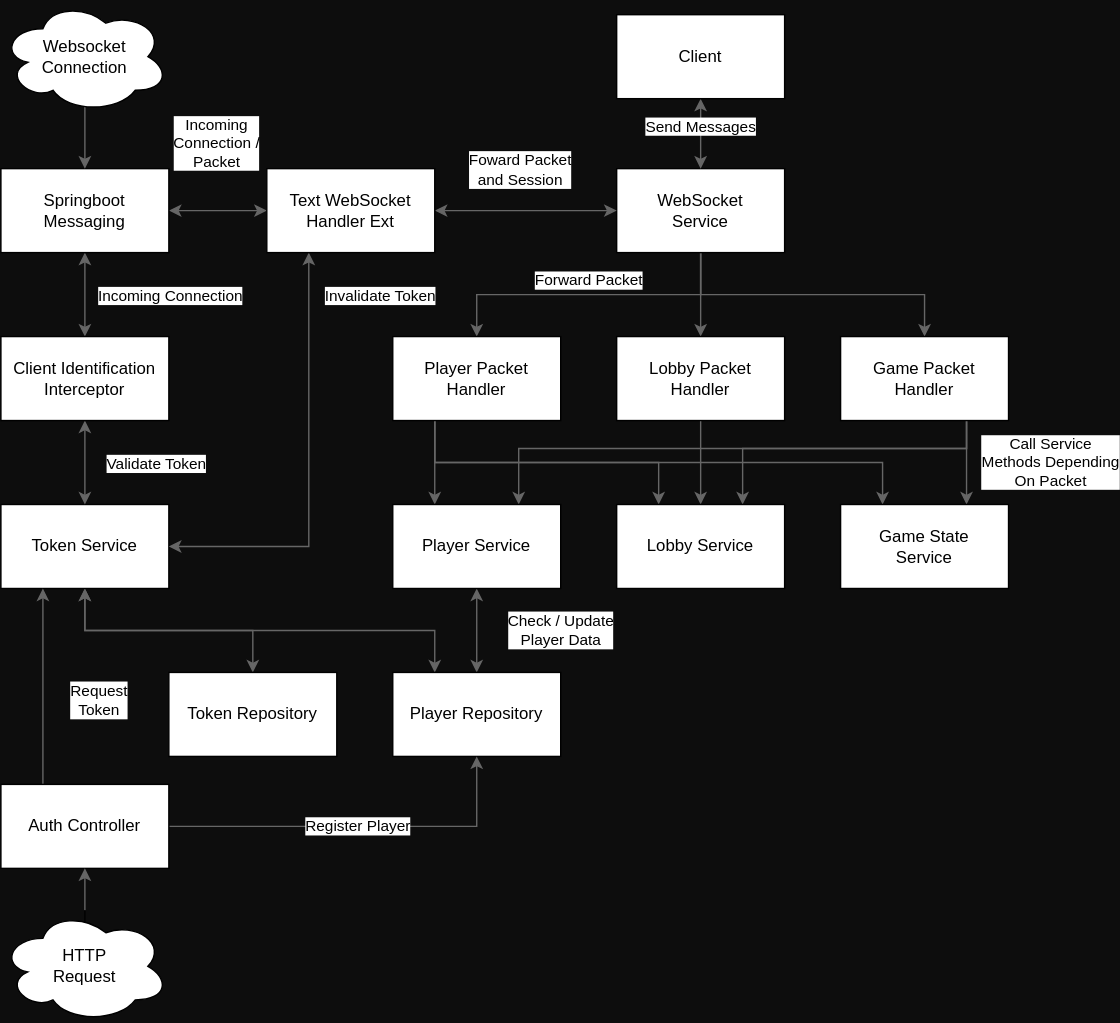
Above: documentation/Writerside/img/server/server-packet-handling.drawio.svg in B-Team-Organisation/Fantasy-Chess (draw.io), before the change. Source tidied: cells renumbered, new cells last; positions are measured from the earlier drawing's top-left corner, leaving out a move shared by most shapes. Source of this version:
```xml
<mxGraphModel background="#0D0D0D">
  <root>
    <mxCell id="0" />
    <mxCell id="1" parent="0" />
    <mxCell id="2" style="edgeStyle=none;html=1;startArrow=classic;startFill=1;fillColor=#f5f5f5;strokeColor=#666666;" parent="1" edge="1" source="5" target="29">
      <mxGeometry relative="1" as="geometry" />
    </mxCell>
    <mxCell id="3" value="Incoming Connection" style="edgeLabel;html=1;align=center;verticalAlign=middle;" parent="2" vertex="1">
      <mxGeometry x="-0.46" y="-1" relative="1" as="geometry">
        <mxPoint x="61" y="14" as="offset" />
      </mxGeometry>
    </mxCell>
    <mxCell id="4" style="edgeStyle=none;rounded=0;html=1;exitX=1;exitY=0.5;exitDx=0;exitDy=0;startArrow=classic;startFill=1;fillColor=#f5f5f5;strokeColor=#666666;" parent="1" edge="1" source="5" target="34">
      <mxGeometry relative="1" as="geometry" />
    </mxCell>
    <mxCell id="5" value="Springboot&lt;br&gt;Messaging" style="rounded=0;whiteSpace=wrap;html=1;" parent="1" vertex="1">
      <mxGeometry y="120" width="120" height="60" as="geometry" />
    </mxCell>
    <mxCell id="6" value="Forward Packet" style="edgeStyle=none;rounded=0;html=1;exitX=0.5;exitY=1;exitDx=0;exitDy=0;startArrow=none;startFill=0;fillColor=#f5f5f5;strokeColor=#666666;" parent="1" edge="1" source="9" target="13">
      <mxGeometry y="-10" relative="1" as="geometry">
        <Array as="points">
          <mxPoint x="500" y="210" />
          <mxPoint x="340" y="210" />
        </Array>
      </mxGeometry>
    </mxCell>
    <mxCell id="7" style="edgeStyle=none;rounded=0;html=1;startArrow=none;startFill=0;fillColor=#f5f5f5;strokeColor=#666666;" parent="1" edge="1" source="9" target="15">
      <mxGeometry relative="1" as="geometry">
        <Array as="points">
          <mxPoint x="500" y="210" />
        </Array>
      </mxGeometry>
    </mxCell>
    <mxCell id="8" style="edgeStyle=none;rounded=0;html=1;startArrow=none;startFill=0;fillColor=#f5f5f5;strokeColor=#666666;" parent="1" edge="1" source="9" target="19">
      <mxGeometry relative="1" as="geometry">
        <Array as="points">
          <mxPoint x="500" y="210" />
          <mxPoint x="660" y="210" />
        </Array>
      </mxGeometry>
    </mxCell>
    <mxCell id="9" value="WebSocket&lt;br&gt;Service" style="rounded=0;whiteSpace=wrap;html=1;" parent="1" vertex="1">
      <mxGeometry x="440" y="120" width="120" height="60" as="geometry" />
    </mxCell>
    <mxCell id="10" style="edgeStyle=none;rounded=0;html=1;startArrow=none;startFill=0;exitX=0.25;exitY=1;exitDx=0;exitDy=0;entryX=0.25;entryY=0;entryDx=0;entryDy=0;strokeColor=#666666;fillColor=#f5f5f5;" parent="1" edge="1" source="13" target="22">
      <mxGeometry relative="1" as="geometry" />
    </mxCell>
    <mxCell id="11" style="edgeStyle=none;rounded=0;html=1;startArrow=none;startFill=0;entryX=0.25;entryY=0;entryDx=0;entryDy=0;exitX=0.25;exitY=1;exitDx=0;exitDy=0;strokeColor=#666666;fillColor=#f5f5f5;" parent="1" edge="1" source="13" target="20">
      <mxGeometry relative="1" as="geometry">
        <Array as="points">
          <mxPoint x="310" y="330" />
          <mxPoint x="470" y="330" />
        </Array>
      </mxGeometry>
    </mxCell>
    <mxCell id="12" style="edgeStyle=none;rounded=0;html=1;entryX=0.25;entryY=0;entryDx=0;entryDy=0;startArrow=none;startFill=0;exitX=0.25;exitY=1;exitDx=0;exitDy=0;fillColor=#f5f5f5;strokeColor=#666666;" parent="1" edge="1" source="13" target="23">
      <mxGeometry relative="1" as="geometry">
        <Array as="points">
          <mxPoint x="310" y="330" />
          <mxPoint x="630" y="330" />
        </Array>
      </mxGeometry>
    </mxCell>
    <mxCell id="13" value="Player Packet Handler" style="rounded=0;whiteSpace=wrap;html=1;" parent="1" vertex="1">
      <mxGeometry x="280" y="240" width="120" height="60" as="geometry" />
    </mxCell>
    <mxCell id="14" style="edgeStyle=none;rounded=0;html=1;startArrow=none;startFill=0;fillColor=#f5f5f5;strokeColor=#666666;" parent="1" edge="1" source="15" target="20">
      <mxGeometry relative="1" as="geometry" />
    </mxCell>
    <mxCell id="15" value="Lobby Packet Handler" style="rounded=0;whiteSpace=wrap;html=1;" parent="1" vertex="1">
      <mxGeometry x="440" y="240" width="120" height="60" as="geometry" />
    </mxCell>
    <mxCell id="16" style="edgeStyle=none;rounded=0;html=1;startArrow=none;startFill=0;entryX=0.75;entryY=0;entryDx=0;entryDy=0;exitX=0.75;exitY=1;exitDx=0;exitDy=0;fillColor=#f5f5f5;strokeColor=#666666;" parent="1" edge="1" source="19" target="23">
      <mxGeometry relative="1" as="geometry" />
    </mxCell>
    <mxCell id="17" style="edgeStyle=none;rounded=0;html=1;exitX=0.75;exitY=1;exitDx=0;exitDy=0;entryX=0.75;entryY=0;entryDx=0;entryDy=0;startArrow=none;startFill=0;fillColor=#f5f5f5;strokeColor=#666666;" parent="1" edge="1" source="19" target="20">
      <mxGeometry relative="1" as="geometry">
        <Array as="points">
          <mxPoint x="690" y="320" />
          <mxPoint x="530" y="320" />
        </Array>
      </mxGeometry>
    </mxCell>
    <mxCell id="18" value="Call Service&lt;br&gt;Methods Depending&lt;br&gt;On Packet" style="edgeStyle=none;rounded=0;html=1;exitX=0.75;exitY=1;exitDx=0;exitDy=0;entryX=0.75;entryY=0;entryDx=0;entryDy=0;startArrow=none;startFill=0;fillColor=#f5f5f5;strokeColor=#666666;" parent="1" edge="1" source="19" target="22">
      <mxGeometry x="-0.89" y="61" relative="1" as="geometry">
        <Array as="points">
          <mxPoint x="690" y="320" />
          <mxPoint x="370" y="320" />
        </Array>
        <mxPoint x="60" y="-51" as="offset" />
      </mxGeometry>
    </mxCell>
    <mxCell id="19" value="Game Packet Handler" style="rounded=0;whiteSpace=wrap;html=1;" parent="1" vertex="1">
      <mxGeometry x="600" y="240" width="120" height="60" as="geometry" />
    </mxCell>
    <mxCell id="20" value="Lobby Service" style="rounded=0;whiteSpace=wrap;html=1;" parent="1" vertex="1">
      <mxGeometry x="440" y="360" width="120" height="60" as="geometry" />
    </mxCell>
    <mxCell id="21" value="Check / Update &lt;br&gt;Player Data" style="edgeStyle=none;rounded=0;html=1;startArrow=classic;startFill=1;fillColor=#f5f5f5;strokeColor=#666666;" parent="1" edge="1" source="22" target="35">
      <mxGeometry y="60" relative="1" as="geometry" />
    </mxCell>
    <mxCell id="22" value="Player Service" style="rounded=0;whiteSpace=wrap;html=1;" parent="1" vertex="1">
      <mxGeometry x="280" y="360" width="120" height="60" as="geometry" />
    </mxCell>
    <mxCell id="23" value="Game State &lt;br&gt;Service" style="rounded=0;whiteSpace=wrap;html=1;" parent="1" vertex="1">
      <mxGeometry x="600" y="360" width="120" height="60" as="geometry" />
    </mxCell>
    <mxCell id="24" style="edgeStyle=none;rounded=0;html=1;startArrow=classic;startFill=1;entryX=0.25;entryY=0;entryDx=0;entryDy=0;fillColor=#f5f5f5;strokeColor=#666666;" parent="1" edge="1" source="26" target="35">
      <mxGeometry relative="1" as="geometry">
        <Array as="points">
          <mxPoint x="60" y="450" />
          <mxPoint x="310" y="450" />
        </Array>
      </mxGeometry>
    </mxCell>
    <mxCell id="25" style="edgeStyle=none;rounded=0;html=1;startArrow=classic;startFill=1;fillColor=#f5f5f5;strokeColor=#666666;" parent="1" edge="1" source="26" target="36">
      <mxGeometry relative="1" as="geometry">
        <Array as="points">
          <mxPoint x="60" y="450" />
          <mxPoint x="180" y="450" />
        </Array>
      </mxGeometry>
    </mxCell>
    <mxCell id="26" value="Token Service" style="rounded=0;whiteSpace=wrap;html=1;" parent="1" vertex="1">
      <mxGeometry y="360" width="120" height="60" as="geometry" />
    </mxCell>
    <mxCell id="27" style="edgeStyle=none;html=1;startArrow=classic;startFill=1;rounded=0;fillColor=#f5f5f5;strokeColor=#666666;" parent="1" edge="1" source="29" target="26">
      <mxGeometry relative="1" as="geometry" />
    </mxCell>
    <mxCell id="28" value="Validate Token" style="edgeLabel;html=1;align=center;verticalAlign=middle;" parent="27" vertex="1">
      <mxGeometry x="-0.39" y="-1" relative="1" as="geometry">
        <mxPoint x="51" y="12" as="offset" />
      </mxGeometry>
    </mxCell>
    <mxCell id="29" value="Client Identification Interceptor" style="rounded=0;whiteSpace=wrap;html=1;" parent="1" vertex="1">
      <mxGeometry y="240" width="120" height="60" as="geometry" />
    </mxCell>
    <mxCell id="30" style="edgeStyle=none;html=1;startArrow=classic;startFill=1;rounded=0;exitX=0.25;exitY=1;exitDx=0;exitDy=0;fillColor=#f5f5f5;strokeColor=#666666;" parent="1" edge="1" source="34" target="26">
      <mxGeometry relative="1" as="geometry">
        <Array as="points">
          <mxPoint x="220" y="390" />
        </Array>
      </mxGeometry>
    </mxCell>
    <mxCell id="31" value="Invalidate Token" style="edgeLabel;html=1;align=center;verticalAlign=middle;" parent="30" vertex="1">
      <mxGeometry x="-0.48" y="-2" relative="1" as="geometry">
        <mxPoint x="52" y="-51" as="offset" />
      </mxGeometry>
    </mxCell>
    <mxCell id="32" style="edgeStyle=none;rounded=0;html=1;startArrow=classic;startFill=1;fillColor=#f5f5f5;strokeColor=#666666;" parent="1" edge="1" source="34" target="9">
      <mxGeometry relative="1" as="geometry" />
    </mxCell>
    <mxCell id="33" value="Foward Packet&lt;br&gt;and Session" style="edgeLabel;html=1;align=center;verticalAlign=middle;" parent="32" vertex="1">
      <mxGeometry x="-0.2" y="2" relative="1" as="geometry">
        <mxPoint x="8" y="-28" as="offset" />
      </mxGeometry>
    </mxCell>
    <mxCell id="34" value="Text WebSocket Handler Ext" style="rounded=0;whiteSpace=wrap;html=1;" parent="1" vertex="1">
      <mxGeometry x="190" y="120" width="120" height="60" as="geometry" />
    </mxCell>
    <mxCell id="35" value="Player Repository" style="rounded=0;whiteSpace=wrap;html=1;" parent="1" vertex="1">
      <mxGeometry x="280" y="480" width="120" height="60" as="geometry" />
    </mxCell>
    <mxCell id="36" value="Token Repository" style="rounded=0;whiteSpace=wrap;html=1;" parent="1" vertex="1">
      <mxGeometry x="120" y="480" width="120" height="60" as="geometry" />
    </mxCell>
    <mxCell id="37" value="Send Messages" style="edgeStyle=none;rounded=0;html=1;startArrow=classic;startFill=1;fillColor=#f5f5f5;strokeColor=#666666;" parent="1" edge="1" source="38">
      <mxGeometry x="-0.2" relative="1" as="geometry">
        <mxPoint x="500" y="120" as="targetPoint" />
      </mxGeometry>
    </mxCell>
    <mxCell id="38" value="Client" style="rounded=0;whiteSpace=wrap;html=1;" parent="1" vertex="1">
      <mxGeometry x="440" y="10" width="120" height="60" as="geometry" />
    </mxCell>
    <mxCell id="39" value="Request&lt;br&gt;Token" style="edgeStyle=none;rounded=0;html=1;entryX=0.25;entryY=1;entryDx=0;entryDy=0;startArrow=none;startFill=0;exitX=0.25;exitY=0;exitDx=0;exitDy=0;fillColor=#f5f5f5;strokeColor=#666666;" parent="1" edge="1" source="41" target="26">
      <mxGeometry x="-0.14" y="-40" relative="1" as="geometry" />
    </mxCell>
    <mxCell id="40" value="Register Player" style="edgeStyle=none;rounded=0;html=1;startArrow=none;startFill=0;fillColor=#f5f5f5;strokeColor=#666666;" parent="1" edge="1" source="41" target="35">
      <mxGeometry relative="1" as="geometry">
        <Array as="points">
          <mxPoint x="340" y="590" />
        </Array>
      </mxGeometry>
    </mxCell>
    <mxCell id="41" value="Auth Controller" style="rounded=0;whiteSpace=wrap;html=1;" parent="1" vertex="1">
      <mxGeometry y="560" width="120" height="60" as="geometry" />
    </mxCell>
    <mxCell id="42" style="endArrow=classic;html=1;rounded=0;entryX=0.5;entryY=0;entryDx=0;entryDy=0;fillColor=#f5f5f5;strokeColor=#666666;" parent="1" edge="1" target="5">
      <mxGeometry relative="1" as="geometry">
        <mxPoint x="60" y="70" as="sourcePoint" />
      </mxGeometry>
    </mxCell>
    <mxCell id="43" value="Websocket&lt;br&gt;Connection" style="ellipse;shape=cloud;whiteSpace=wrap;html=1;" parent="1" vertex="1">
      <mxGeometry width="120" height="80" as="geometry" />
    </mxCell>
    <mxCell id="44" style="endArrow=classic;html=1;rounded=0;startArrow=none;fillColor=#f5f5f5;strokeColor=#666666;" parent="1" edge="1" target="41">
      <mxGeometry relative="1" as="geometry">
        <mxPoint x="60" y="650" as="sourcePoint" />
      </mxGeometry>
    </mxCell>
    <mxCell id="45" style="endArrow=none;html=1;rounded=0;" parent="1" edge="1" target="46">
      <mxGeometry relative="1" as="geometry">
        <mxPoint x="60" y="680" as="sourcePoint" />
      </mxGeometry>
    </mxCell>
    <mxCell id="46" value="HTTP&lt;br&gt;Request" style="ellipse;shape=cloud;whiteSpace=wrap;html=1;" parent="1" vertex="1">
      <mxGeometry y="650" width="120" height="80" as="geometry" />
    </mxCell>
    <mxCell id="47" value="Incoming &lt;br&gt;Connection / &lt;br&gt;Packet" style="edgeLabel;html=1;align=center;verticalAlign=middle;rotation=0;" parent="1" vertex="1">
      <mxGeometry x="110" y="70" as="geometry">
        <mxPoint x="43" y="31" as="offset" />
      </mxGeometry>
    </mxCell>
  </root>
</mxGraphModel>
```
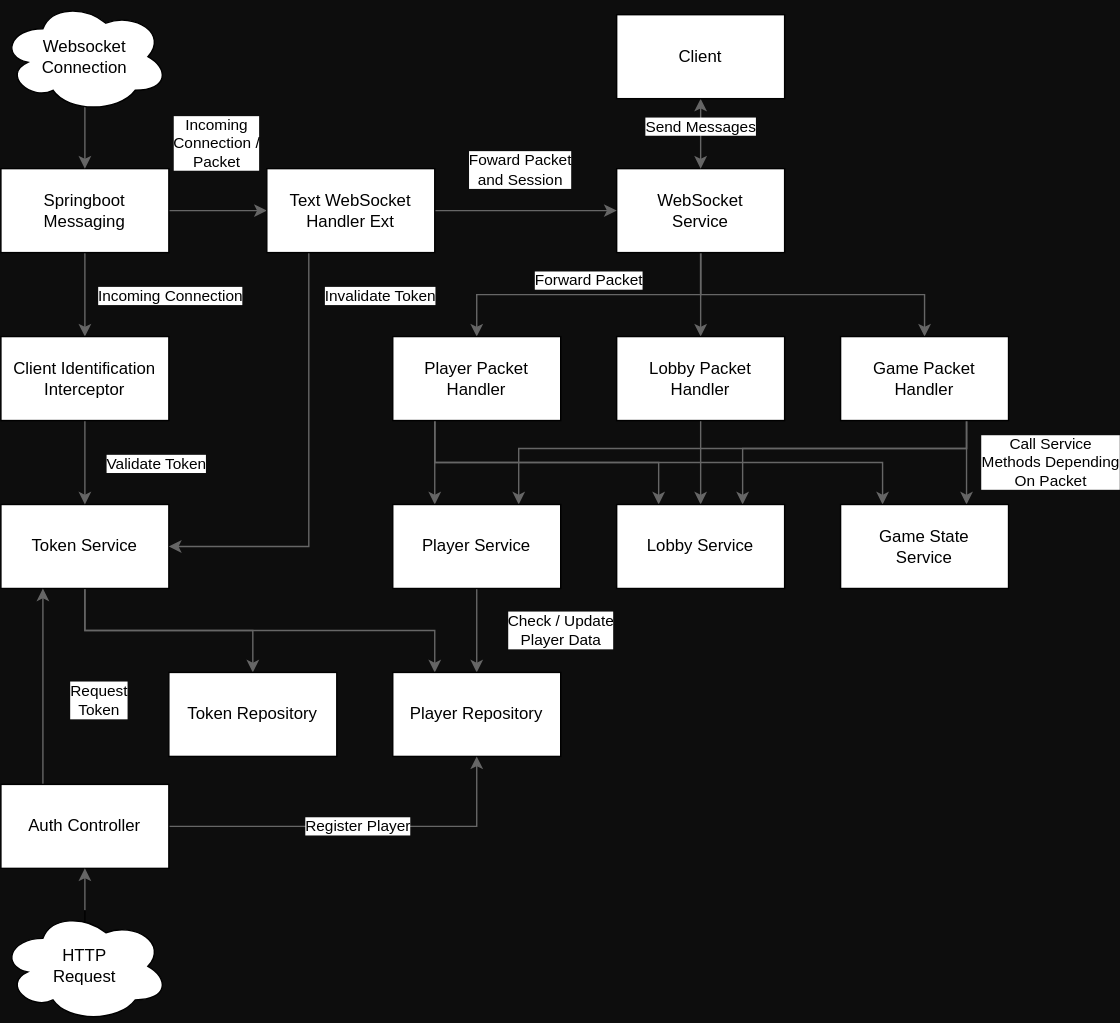
The same diagram one commit later.

Commit message:
[#189] Added Services and further Packet handling

Diff of the diagram source:
```diff
@@ -2,7 +2,7 @@
   <root>
     <mxCell id="0" />
     <mxCell id="1" parent="0" />
-    <mxCell id="2" style="edgeStyle=none;html=1;startArrow=classic;startFill=1;fillColor=#f5f5f5;strokeColor=#666666;" parent="1" edge="1" source="5" target="29">
+    <mxCell id="2" style="edgeStyle=none;html=1;startArrow=none;startFill=0;fillColor=#f5f5f5;strokeColor=#666666;" parent="1" edge="1" source="5" target="29">
       <mxGeometry relative="1" as="geometry" />
     </mxCell>
     <mxCell id="3" value="Incoming Connection" style="edgeLabel;html=1;align=center;verticalAlign=middle;" parent="2" vertex="1">
@@ -10,7 +10,7 @@
         <mxPoint x="61" y="14" as="offset" />
       </mxGeometry>
     </mxCell>
-    <mxCell id="4" style="edgeStyle=none;rounded=0;html=1;exitX=1;exitY=0.5;exitDx=0;exitDy=0;startArrow=classic;startFill=1;fillColor=#f5f5f5;strokeColor=#666666;" parent="1" edge="1" source="5" target="34">
+    <mxCell id="4" style="edgeStyle=none;rounded=0;html=1;exitX=1;exitY=0.5;exitDx=0;exitDy=0;startArrow=none;startFill=0;fillColor=#f5f5f5;strokeColor=#666666;" parent="1" edge="1" source="5" target="34">
       <mxGeometry relative="1" as="geometry" />
     </mxCell>
     <mxCell id="5" value="Springboot&lt;br&gt;Messaging" style="rounded=0;whiteSpace=wrap;html=1;" parent="1" vertex="1">
@@ -96,7 +96,7 @@
     <mxCell id="20" value="Lobby Service" style="rounded=0;whiteSpace=wrap;html=1;" parent="1" vertex="1">
       <mxGeometry x="440" y="360" width="120" height="60" as="geometry" />
     </mxCell>
-    <mxCell id="21" value="Check / Update &lt;br&gt;Player Data" style="edgeStyle=none;rounded=0;html=1;startArrow=classic;startFill=1;fillColor=#f5f5f5;strokeColor=#666666;" parent="1" edge="1" source="22" target="35">
+    <mxCell id="21" value="Check / Update &lt;br&gt;Player Data" style="edgeStyle=none;rounded=0;html=1;startArrow=none;startFill=0;fillColor=#f5f5f5;strokeColor=#666666;" parent="1" edge="1" source="22" target="35">
       <mxGeometry y="60" relative="1" as="geometry" />
     </mxCell>
     <mxCell id="22" value="Player Service" style="rounded=0;whiteSpace=wrap;html=1;" parent="1" vertex="1">
@@ -105,7 +105,7 @@
     <mxCell id="23" value="Game State &lt;br&gt;Service" style="rounded=0;whiteSpace=wrap;html=1;" parent="1" vertex="1">
       <mxGeometry x="600" y="360" width="120" height="60" as="geometry" />
     </mxCell>
-    <mxCell id="24" style="edgeStyle=none;rounded=0;html=1;startArrow=classic;startFill=1;entryX=0.25;entryY=0;entryDx=0;entryDy=0;fillColor=#f5f5f5;strokeColor=#666666;" parent="1" edge="1" source="26" target="35">
+    <mxCell id="24" style="edgeStyle=none;rounded=0;html=1;startArrow=none;startFill=0;entryX=0.25;entryY=0;entryDx=0;entryDy=0;fillColor=#f5f5f5;strokeColor=#666666;" parent="1" edge="1" source="26" target="35">
       <mxGeometry relative="1" as="geometry">
         <Array as="points">
           <mxPoint x="60" y="450" />
@@ -113,7 +113,7 @@
         </Array>
       </mxGeometry>
     </mxCell>
-    <mxCell id="25" style="edgeStyle=none;rounded=0;html=1;startArrow=classic;startFill=1;fillColor=#f5f5f5;strokeColor=#666666;" parent="1" edge="1" source="26" target="36">
+    <mxCell id="25" style="edgeStyle=none;rounded=0;html=1;startArrow=none;startFill=0;fillColor=#f5f5f5;strokeColor=#666666;" parent="1" edge="1" source="26" target="36">
       <mxGeometry relative="1" as="geometry">
         <Array as="points">
           <mxPoint x="60" y="450" />
@@ -124,7 +124,7 @@
     <mxCell id="26" value="Token Service" style="rounded=0;whiteSpace=wrap;html=1;" parent="1" vertex="1">
       <mxGeometry y="360" width="120" height="60" as="geometry" />
     </mxCell>
-    <mxCell id="27" style="edgeStyle=none;html=1;startArrow=classic;startFill=1;rounded=0;fillColor=#f5f5f5;strokeColor=#666666;" parent="1" edge="1" source="29" target="26">
+    <mxCell id="27" style="edgeStyle=none;html=1;startArrow=none;startFill=0;rounded=0;fillColor=#f5f5f5;strokeColor=#666666;" parent="1" edge="1" source="29" target="26">
       <mxGeometry relative="1" as="geometry" />
     </mxCell>
     <mxCell id="28" value="Validate Token" style="edgeLabel;html=1;align=center;verticalAlign=middle;" parent="27" vertex="1">
@@ -135,7 +135,7 @@
     <mxCell id="29" value="Client Identification Interceptor" style="rounded=0;whiteSpace=wrap;html=1;" parent="1" vertex="1">
       <mxGeometry y="240" width="120" height="60" as="geometry" />
     </mxCell>
-    <mxCell id="30" style="edgeStyle=none;html=1;startArrow=classic;startFill=1;rounded=0;exitX=0.25;exitY=1;exitDx=0;exitDy=0;fillColor=#f5f5f5;strokeColor=#666666;" parent="1" edge="1" source="34" target="26">
+    <mxCell id="30" style="edgeStyle=none;html=1;startArrow=none;startFill=0;rounded=0;exitX=0.25;exitY=1;exitDx=0;exitDy=0;fillColor=#f5f5f5;strokeColor=#666666;" parent="1" edge="1" source="34" target="26">
       <mxGeometry relative="1" as="geometry">
         <Array as="points">
           <mxPoint x="220" y="390" />
@@ -147,7 +147,7 @@
         <mxPoint x="52" y="-51" as="offset" />
       </mxGeometry>
     </mxCell>
-    <mxCell id="32" style="edgeStyle=none;rounded=0;html=1;startArrow=classic;startFill=1;fillColor=#f5f5f5;strokeColor=#666666;" parent="1" edge="1" source="34" target="9">
+    <mxCell id="32" style="edgeStyle=none;rounded=0;html=1;startArrow=none;startFill=0;fillColor=#f5f5f5;strokeColor=#666666;" parent="1" edge="1" source="34" target="9">
       <mxGeometry relative="1" as="geometry" />
     </mxCell>
     <mxCell id="33" value="Foward Packet&lt;br&gt;and Session" style="edgeLabel;html=1;align=center;verticalAlign=middle;" parent="32" vertex="1">
```
